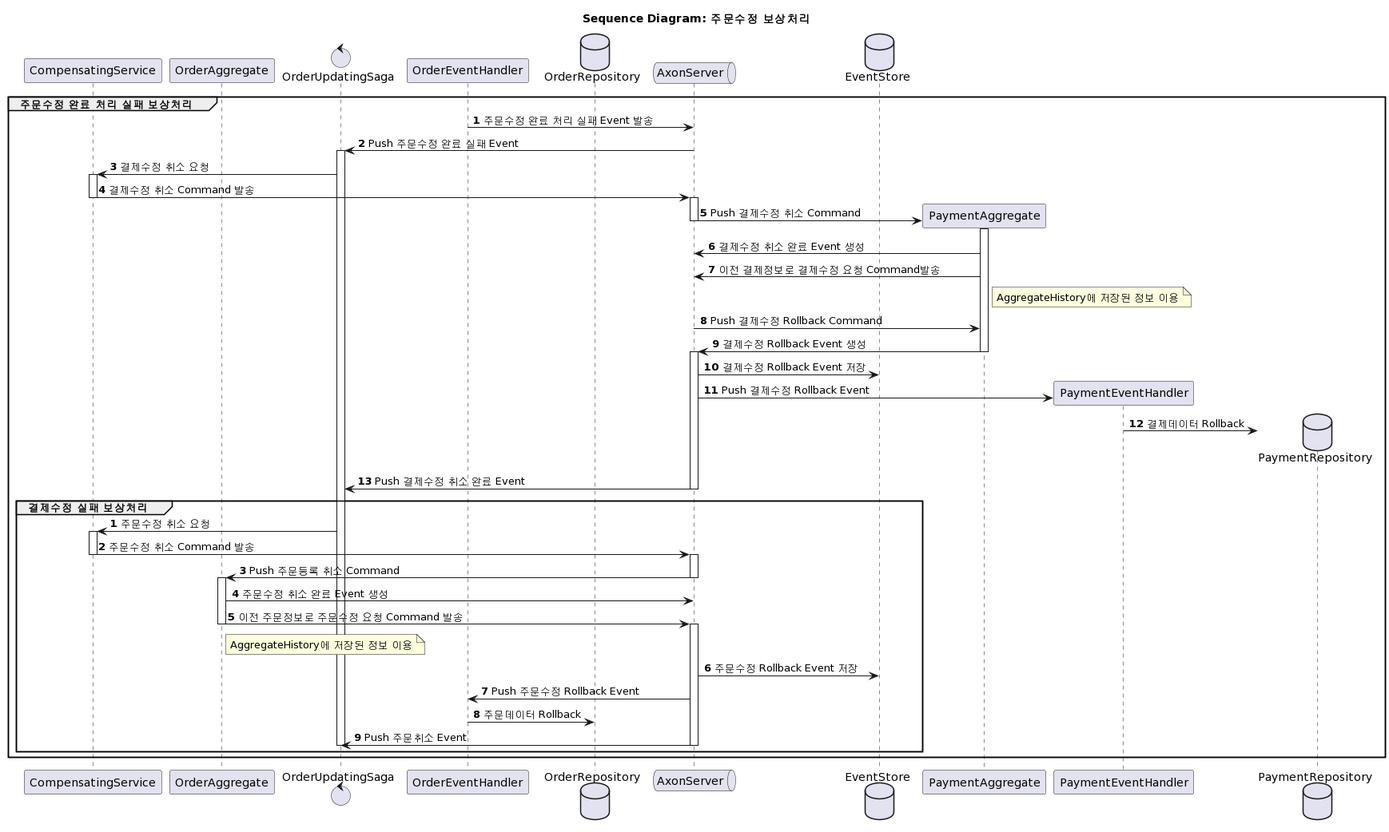
happykubepia/agilemall-axon keeps this PlantUML diagram as doc/uml/sequence/seq_update_fail.png. Above is the earlier version.
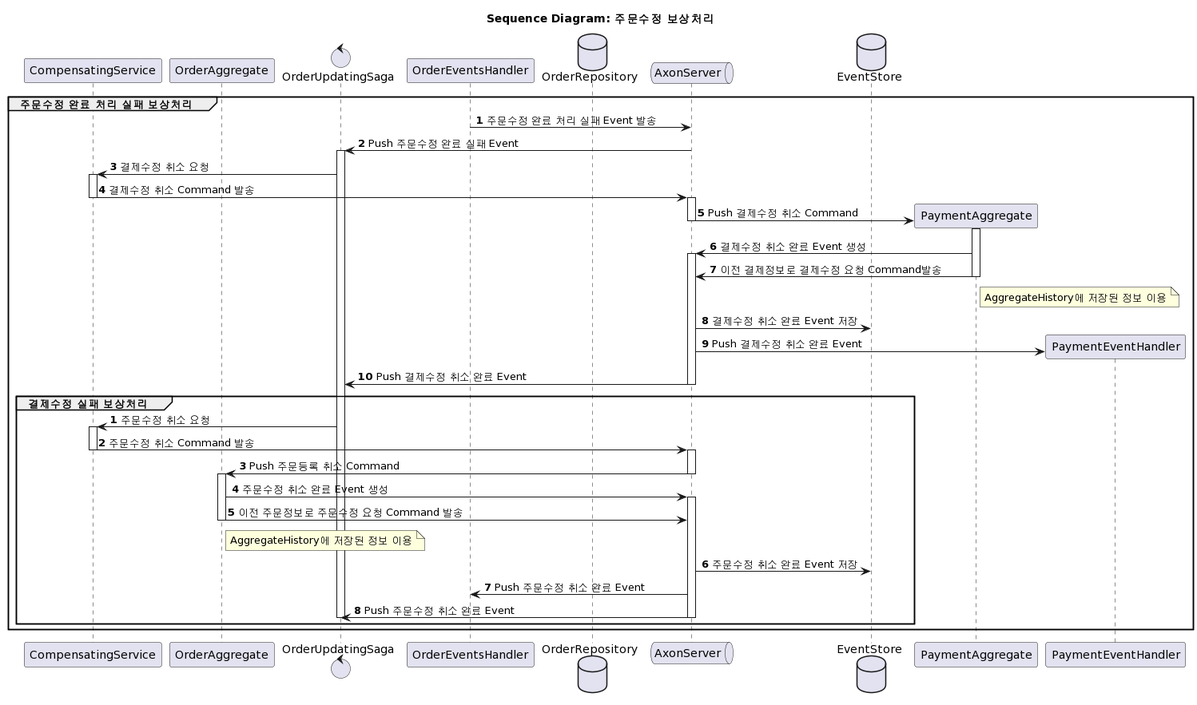
The same file after the commit.

Commit message:
change delete sequence diagram

What changed in the source:
```diff
@@ -6,7 +6,7 @@
 participant CompensatingService
 participant OrderAggregate
 control OrderUpdatingSaga
-participant OrderEventHandler
+participant OrderEventsHandler
 database OrderRepository
 queue AxonServer
 database EventStore
@@ -14,23 +14,19 @@
 autonumber
 
 group 주문수정 완료 처리 실패 보상처리
-OrderEventHandler -> AxonServer: 주문수정 완료 처리 실패 Event 발송
+OrderEventsHandler -> AxonServer: 주문수정 완료 처리 실패 Event 발송
 AxonServer -> OrderUpdatingSaga --++: Push 주문수정 완료 실패 Event
 OrderUpdatingSaga -> CompensatingService ++: 결제수정 취소 요청
 CompensatingService -> AxonServer --++: 결제수정 취소 Command 발송
 
 create participant PaymentAggregate
 AxonServer -> PaymentAggregate --++: Push 결제수정 취소 Command
-PaymentAggregate -> AxonServer: 결제수정 취소 완료 Event 생성
-PaymentAggregate -> AxonServer: 이전 결제정보로 결제수정 요청 Command발송
+PaymentAggregate -> AxonServer ++: 결제수정 취소 완료 Event 생성
+PaymentAggregate -> AxonServer --: 이전 결제정보로 결제수정 요청 Command발송
 note right of PaymentAggregate: AggregateHistory에 저장된 정보 이용
-AxonServer -> PaymentAggregate --: Push 결제수정 Rollback Command
-PaymentAggregate -> AxonServer --++: 결제수정 Rollback Event 생성
-AxonServer -> EventStore: 결제수정 Rollback Event 저장
+AxonServer -> EventStore: 결제수정 취소 완료 Event 저장
 create participant PaymentEventHandler
-AxonServer -> PaymentEventHandler: Push 결제수정 Rollback Event
-create database PaymentRepository
-PaymentEventHandler -> PaymentRepository: 결제데이터 Rollback
+AxonServer -> PaymentEventHandler: Push 결제수정 취소 완료 Event
 AxonServer -> OrderUpdatingSaga --: Push 결제수정 취소 완료 Event
 autonumber stop
 autonumber
@@ -38,13 +34,12 @@
 OrderUpdatingSaga -> CompensatingService ++: 주문수정 취소 요청
 CompensatingService -> AxonServer --++: 주문수정 취소 Command 발송
 AxonServer -> OrderAggregate --++: Push 주문등록 취소 Command
-OrderAggregate -> AxonServer: 주문수정 취소 완료 Event 생성
-OrderAggregate -> AxonServer --++: 이전 주문정보로 주문수정 요청 Command 발송
+OrderAggregate -> AxonServer ++: 주문수정 취소 완료 Event 생성
+OrderAggregate -> AxonServer --: 이전 주문정보로 주문수정 요청 Command 발송
 note right of OrderAggregate: AggregateHistory에 저장된 정보 이용
-AxonServer -> EventStore: 주문수정 Rollback Event 저장
-AxonServer -> OrderEventHandler: Push 주문수정 Rollback Event
-OrderEventHandler -> OrderRepository: 주문데이터 Rollback
-AxonServer -> OrderUpdatingSaga --: Push 주문취소 Event
+AxonServer -> EventStore: 주문수정 취소 완료 Event 저장
+AxonServer -> OrderEventsHandler: Push 주문수정 취소 완료 Event
+AxonServer -> OrderUpdatingSaga --: Push 주문수정 취소 완료 Event
 OrderUpdatingSaga --
 end
 end
```
